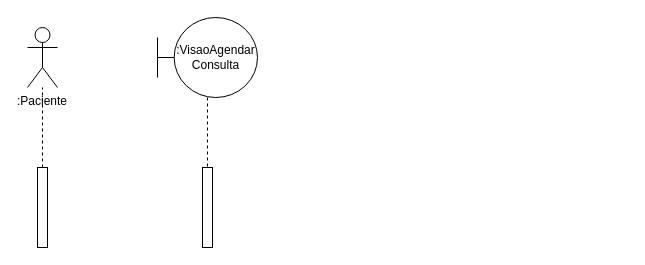
This is Diagrama_de_sequencia_2.drawio from ProjetoDelimeterSite/DelimeterDocumantacao, a draw.io file, before an edit. Source tidied: cells renumbered, new cells numbered last; positions are measured from the earlier drawing's top-left corner, leaving out a move shared by most shapes. Both pictures are drawn from the tidied source at 100%, with x=0, y=0 at pixel (27, 17).
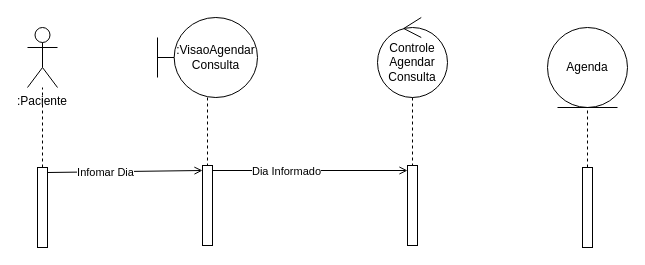
Above is the later version.

Change to the diagram source:
```diff
@@
 <mxGraphModel>
   <root>
     <mxCell id="0" />
     <mxCell id="1" parent="0" />
     <mxCell id="2" style="rounded=0;jettySize=auto;html=1;dashed=1;endArrow=none;endFill=0;textShadow=0;labelBackgroundColor=light-dark(default, #ffffff);" parent="1" edge="1" source="3" target="4">
       <mxGeometry relative="1" as="geometry" />
     </mxCell>
     <mxCell id="3" style="html=1;points=[[0,0,0,0,5],[0,1,0,0,-5],[1,0,0,0,5],[1,1,0,0,-5]];perimeter=orthogonalPerimeter;outlineConnect=0;targetShapes=umlLifeline;portConstraint=eastwest;newEdgeStyle={&quot;curved&quot;:0,&quot;rounded&quot;:0};" parent="1" vertex="1">
       <mxGeometry x="10" y="150" width="10" height="80" as="geometry" />
     </mxCell>
     <mxCell id="4" value="&lt;span style=&quot;&quot;&gt;:Paciente&lt;/span&gt;" style="shape=umlActor;verticalLabelPosition=bottom;verticalAlign=top;html=1;labelBackgroundColor=none;labelBorderColor=none;textShadow=0;whiteSpace=wrap;" parent="1" vertex="1">
       <mxGeometry y="10" width="30" height="60" as="geometry" />
     </mxCell>
     <mxCell id="5" value=":VisaoAgendar&lt;div&gt;Consulta&lt;/div&gt;" style="shape=umlBoundary;whiteSpace=wrap;html=1;" parent="1" vertex="1">
       <mxGeometry x="130" width="100" height="80" as="geometry" />
     </mxCell>
     <mxCell id="6" style="html=1;points=[[0,0,0,0,5],[0,1,0,0,-5],[1,0,0,0,5],[1,1,0,0,-5]];perimeter=orthogonalPerimeter;outlineConnect=0;targetShapes=umlLifeline;portConstraint=eastwest;newEdgeStyle={&quot;curved&quot;:0,&quot;rounded&quot;:0};" parent="1" vertex="1">
-      <mxGeometry x="175" y="150" width="10" height="80" as="geometry" />
+      <mxGeometry x="175" y="148" width="10" height="80" as="geometry" />
     </mxCell>
     <mxCell id="7" style="jettySize=auto;html=1;rounded=0;endArrow=none;endFill=0;dashed=1;" parent="1" edge="1" source="5" target="6">
       <mxGeometry relative="1" as="geometry" />
     </mxCell>
+    <mxCell id="8" value="Controle&lt;div&gt;Agendar&lt;div&gt;Consulta&lt;/div&gt;&lt;/div&gt;" style="ellipse;shape=umlControl;whiteSpace=wrap;html=1;" parent="1" vertex="1">
+      <mxGeometry x="350" width="70" height="80" as="geometry" />
+    </mxCell>
+    <mxCell id="9" value="Agenda" style="ellipse;shape=umlEntity;whiteSpace=wrap;html=1;" parent="1" vertex="1">
+      <mxGeometry x="520" y="10" width="80" height="80" as="geometry" />
+    </mxCell>
+    <mxCell id="10" style="html=1;points=[[0,0,0,0,5],[0,1,0,0,-5],[1,0,0,0,5],[1,1,0,0,-5]];perimeter=orthogonalPerimeter;outlineConnect=0;targetShapes=umlLifeline;portConstraint=eastwest;newEdgeStyle={&quot;curved&quot;:0,&quot;rounded&quot;:0};" parent="1" vertex="1">
+      <mxGeometry x="380" y="148" width="10" height="80" as="geometry" />
+    </mxCell>
+    <mxCell id="11" style="jettySize=auto;html=1;rounded=0;endArrow=none;endFill=0;dashed=1;" parent="1" edge="1" source="8" target="10">
+      <mxGeometry relative="1" as="geometry" />
+    </mxCell>
+    <mxCell id="12" style="html=1;points=[[0,0,0,0,5],[0,1,0,0,-5],[1,0,0,0,5],[1,1,0,0,-5]];perimeter=orthogonalPerimeter;outlineConnect=0;targetShapes=umlLifeline;portConstraint=eastwest;newEdgeStyle={&quot;curved&quot;:0,&quot;rounded&quot;:0};" parent="1" vertex="1">
+      <mxGeometry x="555" y="150" width="10" height="80" as="geometry" />
+    </mxCell>
+    <mxCell id="13" style="edgeStyle=none;jettySize=auto;html=1;rounded=0;dashed=1;endArrow=none;endFill=0;" parent="1" edge="1" source="12" target="9">
+      <mxGeometry relative="1" as="geometry" />
+    </mxCell>
+    <mxCell id="14" style="edgeStyle=none;jettySize=auto;html=1;rounded=0;entryX=0;entryY=0;entryDx=0;entryDy=5;entryPerimeter=0;exitX=1;exitY=0;exitDx=0;exitDy=5;exitPerimeter=0;endArrow=open;endFill=0;" parent="1" edge="1" source="3" target="6">
+      <mxGeometry relative="1" as="geometry" />
+    </mxCell>
+    <mxCell id="15" value="Infomar Dia" style="edgeLabel;html=1;align=center;verticalAlign=middle;" parent="14" vertex="1">
+      <mxGeometry x="-0.25" relative="1" as="geometry" />
+    </mxCell>
+    <mxCell id="16" style="edgeStyle=none;jettySize=auto;html=1;rounded=0;entryX=0;entryY=0;entryDx=0;entryDy=5;entryPerimeter=0;exitX=1;exitY=0;exitDx=0;exitDy=5;exitPerimeter=0;endArrow=open;endFill=0;" parent="1" edge="1" source="6" target="10">
+      <mxGeometry relative="1" as="geometry" />
+    </mxCell>
+    <mxCell id="17" value="Dia Informado" style="edgeLabel;html=1;align=center;verticalAlign=middle;" parent="16" vertex="1">
+      <mxGeometry x="-0.25" relative="1" as="geometry" />
+    </mxCell>
   </root>
 </mxGraphModel>
```
